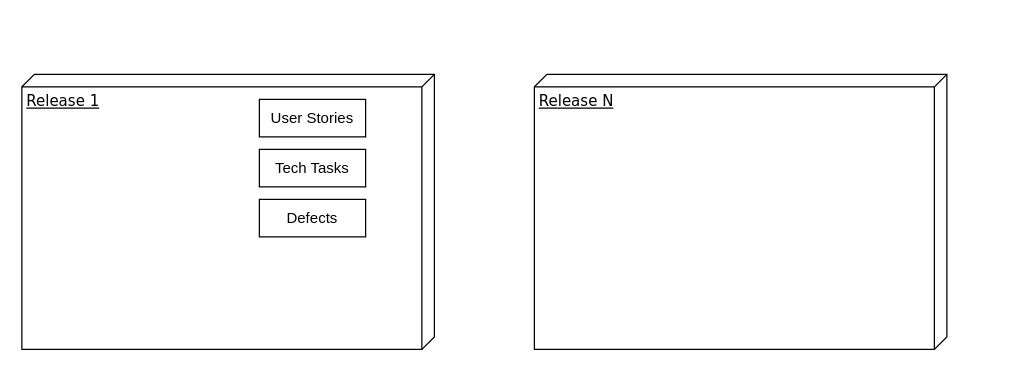
Earlier version of the draw.io diagram Untitled Diagram.drawio (j-croix/Python_basics). Source tidied: cells renumbered, new cells numbered last; positions are measured from the earlier drawing's top-left corner, leaving out a move shared by most shapes. Both pictures are drawn from the tidied source at 125%, with x=0, y=0 at pixel (21, 74).
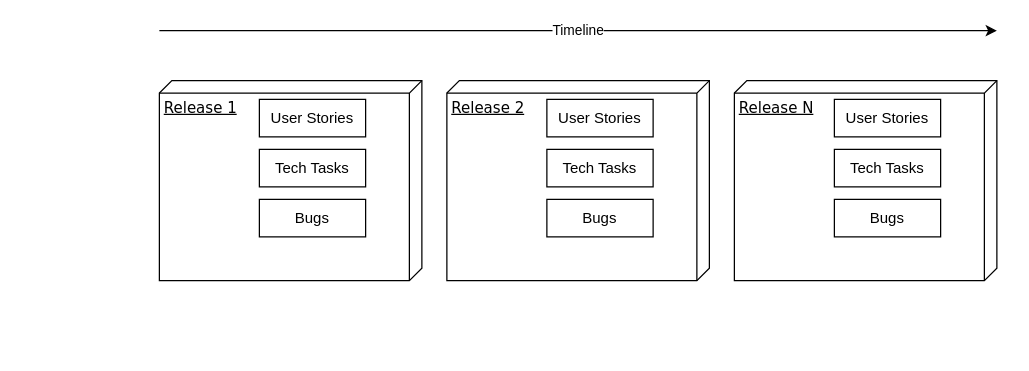
The same page after the edit.

Commit message:
Proposed Jira Structure.drawio

The edit, as a diff of the source:
```diff
@@
 <mxGraphModel background="#ffffff">
   <root>
     <mxCell id="0" />
     <mxCell id="1" parent="0" />
     <mxCell id="2" value="Release 1" style="verticalAlign=top;align=left;spacingTop=8;spacingLeft=2;spacingRight=12;shape=cube;size=10;direction=south;fontStyle=4;html=1;rounded=0;shadow=0;comic=0;labelBackgroundColor=none;strokeWidth=1;fontFamily=Verdana;fontSize=12;" parent="1" vertex="1">
-      <mxGeometry width="330" height="220" as="geometry" />
+      <mxGeometry x="110" y="5" width="210" height="160" as="geometry" />
     </mxCell>
-    <mxCell id="3" value="Release N" style="verticalAlign=top;align=left;spacingTop=8;spacingLeft=2;spacingRight=12;shape=cube;size=10;direction=south;fontStyle=4;html=1;rounded=0;shadow=0;comic=0;labelBackgroundColor=none;strokeWidth=1;fontFamily=Verdana;fontSize=12;" parent="1" vertex="1">
-      <mxGeometry x="410" width="330" height="220" as="geometry" />
-    </mxCell>
     <mxCell id="4" value="User Stories" style="rounded=0;whiteSpace=wrap;html=1;" parent="1" vertex="1">
       <mxGeometry x="190" y="20" width="85" height="30" as="geometry" />
     </mxCell>
     <mxCell id="5" value="Tech Tasks" style="rounded=0;whiteSpace=wrap;html=1;" parent="1" vertex="1">
       <mxGeometry x="190" y="60" width="85" height="30" as="geometry" />
     </mxCell>
-    <mxCell id="6" value="Defects" style="rounded=0;whiteSpace=wrap;html=1;" parent="1" vertex="1">
+    <mxCell id="6" value="Bugs" style="rounded=0;whiteSpace=wrap;html=1;" parent="1" vertex="1">
       <mxGeometry x="190" y="100" width="85" height="30" as="geometry" />
     </mxCell>
+    <mxCell id="7" value="Timeline" style="endArrow=classic;html=1;" parent="1" edge="1">
+      <mxGeometry relative="1" as="geometry">
+        <mxPoint x="110" y="-35" as="sourcePoint" />
+        <mxPoint x="780" y="-35" as="targetPoint" />
+      </mxGeometry>
+    </mxCell>
+    <mxCell id="8" value="Release 2" style="verticalAlign=top;align=left;spacingTop=8;spacingLeft=2;spacingRight=12;shape=cube;size=10;direction=south;fontStyle=4;html=1;rounded=0;shadow=0;comic=0;labelBackgroundColor=none;strokeWidth=1;fontFamily=Verdana;fontSize=12;" parent="1" vertex="1">
+      <mxGeometry x="340" y="5" width="210" height="160" as="geometry" />
+    </mxCell>
+    <mxCell id="9" value="User Stories" style="rounded=0;whiteSpace=wrap;html=1;" parent="1" vertex="1">
+      <mxGeometry x="420" y="20" width="85" height="30" as="geometry" />
+    </mxCell>
+    <mxCell id="10" value="Tech Tasks" style="rounded=0;whiteSpace=wrap;html=1;" parent="1" vertex="1">
+      <mxGeometry x="420" y="60" width="85" height="30" as="geometry" />
+    </mxCell>
+    <mxCell id="11" value="Bugs" style="rounded=0;whiteSpace=wrap;html=1;" parent="1" vertex="1">
+      <mxGeometry x="420" y="100" width="85" height="30" as="geometry" />
+    </mxCell>
+    <mxCell id="3" value="Release N" style="verticalAlign=top;align=left;spacingTop=8;spacingLeft=2;spacingRight=12;shape=cube;size=10;direction=south;fontStyle=4;html=1;rounded=0;shadow=0;comic=0;labelBackgroundColor=none;strokeWidth=1;fontFamily=Verdana;fontSize=12;" parent="1" vertex="1">
+      <mxGeometry x="570" y="5" width="210" height="160" as="geometry" />
+    </mxCell>
+    <mxCell id="12" value="User Stories" style="rounded=0;whiteSpace=wrap;html=1;" parent="1" vertex="1">
+      <mxGeometry x="650" y="20" width="85" height="30" as="geometry" />
+    </mxCell>
+    <mxCell id="13" value="Tech Tasks" style="rounded=0;whiteSpace=wrap;html=1;" parent="1" vertex="1">
+      <mxGeometry x="650" y="60" width="85" height="30" as="geometry" />
+    </mxCell>
+    <mxCell id="14" value="Bugs" style="rounded=0;whiteSpace=wrap;html=1;" parent="1" vertex="1">
+      <mxGeometry x="650" y="100" width="85" height="30" as="geometry" />
+    </mxCell>
   </root>
 </mxGraphModel>
```
